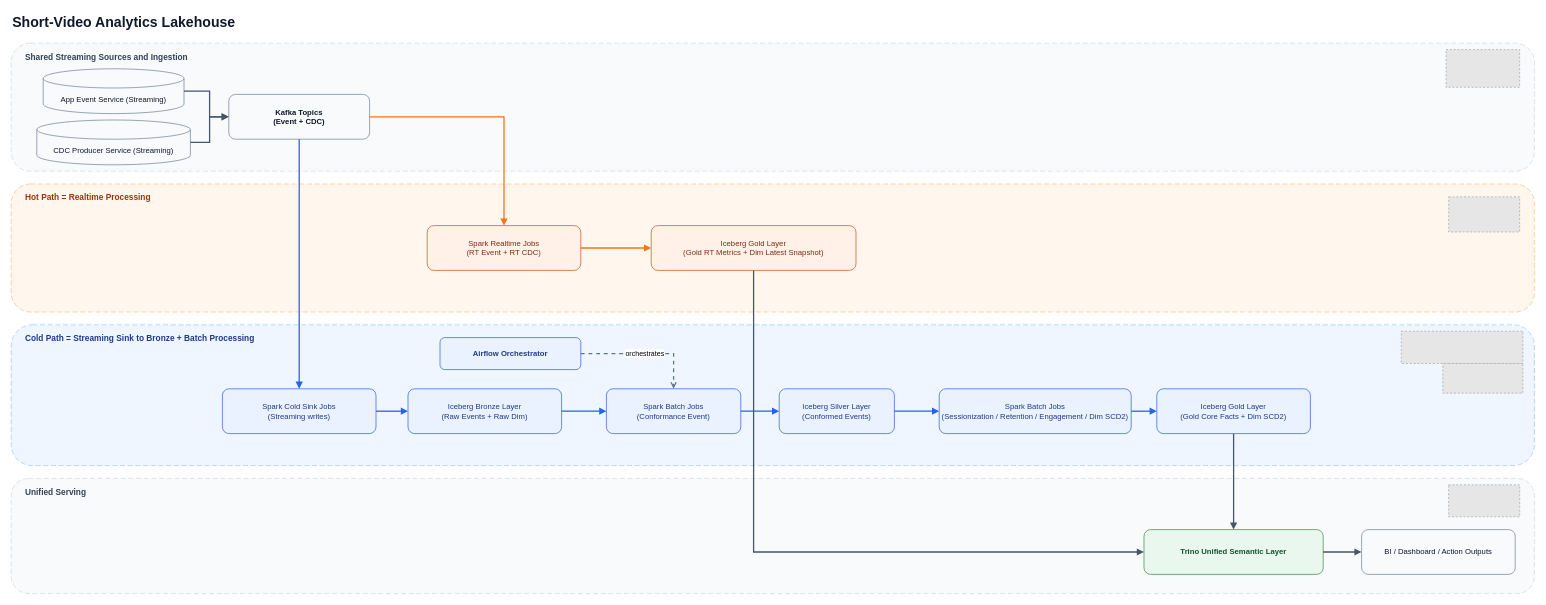
This is docs/dataflow_big_picture_services.drawio from MichaelChenGithub/ShortVideoHybridAnalyticsLakehouse, a draw.io file, before an edit. Source tidied: cells renumbered, new cells numbered last; positions are measured from the earlier drawing's top-left corner, leaving out a move shared by most shapes. Both pictures are drawn from the tidied source at 64%, with x=0, y=0 at pixel (11, 11). Pictures stored in the file or linked from it are replaced by grey dashed boxes.
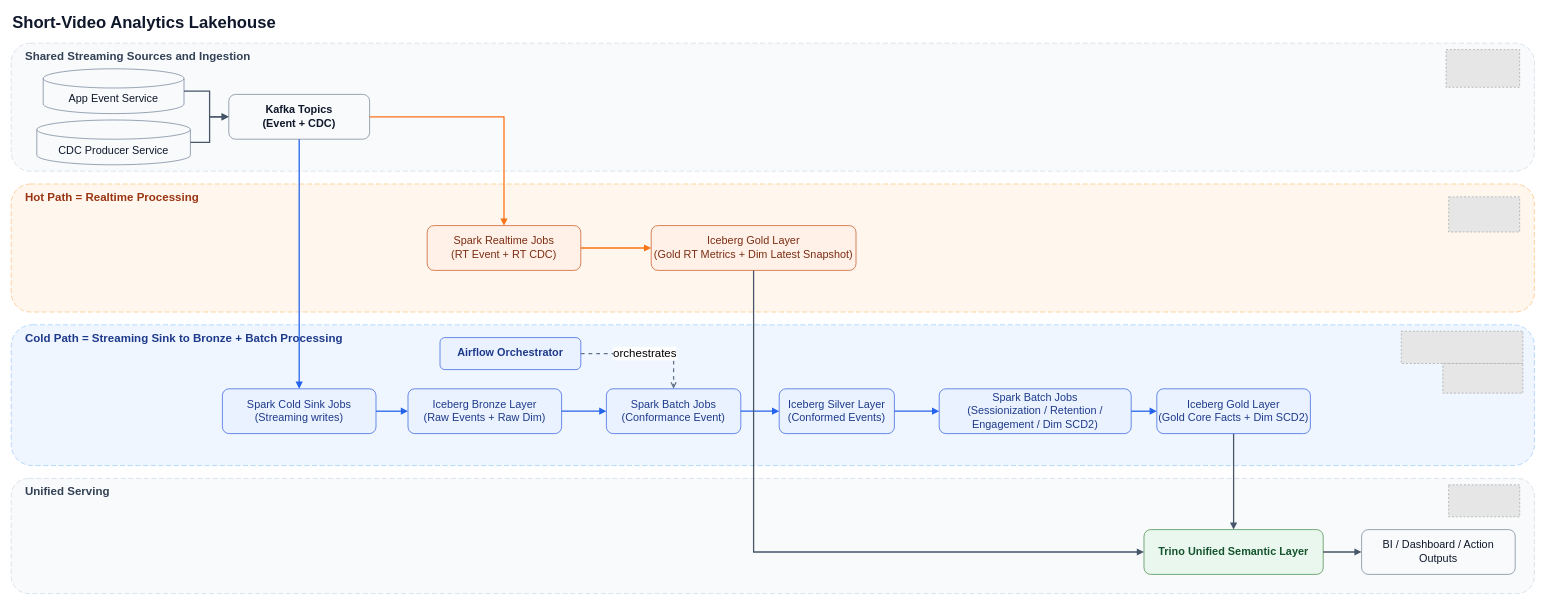
Above is the later version.

Commit message (it also covers changes not shown here):
docs: enlarge dataflow diagram typography and refresh exports

Diff of the diagram source:
```diff
@@
-    <mxCell id="2" value="&lt;b&gt;Short-Video Analytics Lakehouse&lt;/b&gt;" style="text;html=1;whiteSpace=wrap;align=left;verticalAlign=middle;fontSize=22;fontStyle=1;strokeColor=none;fillColor=none;fontColor=#0F172A;" parent="1" vertex="1">
+    <mxCell id="2" value="&lt;b&gt;Short-Video Analytics Lakehouse&lt;/b&gt;" style="text;html=1;whiteSpace=wrap;align=left;verticalAlign=middle;fontSize=26;fontStyle=1;strokeColor=none;fillColor=none;fontColor=#0F172A;" parent="1" vertex="1">
       <mxGeometry width="1600" height="36" as="geometry" />
     </mxCell>
-    <mxCell id="3" style="rounded=1;whiteSpace=wrap;html=1;fillColor=#F8FAFC;strokeColor=#CBD5E1;dashed=1;dashPattern=8 4;" parent="1" vertex="1">
+    <mxCell id="3" style="rounded=1;whiteSpace=wrap;html=1;fillColor=#F8FAFC;strokeColor=#CBD5E1;dashed=1;dashPattern=8 4;fontSize=15;" parent="1" vertex="1">
       <mxGeometry y="50" width="2380" height="200" as="geometry" />
     </mxCell>
-    <mxCell id="4" value="&lt;b&gt;Shared Streaming Sources and Ingestion&lt;/b&gt;" style="text;html=1;whiteSpace=wrap;align=left;verticalAlign=middle;fontSize=13;fontStyle=1;strokeColor=none;fillColor=none;fontColor=#334155;" parent="1" vertex="1">
+    <mxCell id="4" value="&lt;b&gt;Shared Streaming Sources and Ingestion&lt;/b&gt;" style="text;html=1;whiteSpace=wrap;align=left;verticalAlign=middle;fontSize=18;fontStyle=1;strokeColor=none;fillColor=none;fontColor=#334155;" parent="1" vertex="1">
       <mxGeometry x="20" y="60" width="360" height="22" as="geometry" />
     </mxCell>
-    <mxCell id="5" value=" " style="rounded=1;whiteSpace=wrap;html=1;fillColor=#FFF7ED;strokeColor=#FDBA74;dashed=1;dashPattern=8 4;fontStyle=0;" parent="1" vertex="1">
+    <mxCell id="5" value=" " style="rounded=1;whiteSpace=wrap;html=1;fillColor=#FFF7ED;strokeColor=#FDBA74;dashed=1;dashPattern=8 4;fontStyle=0;fontSize=15;" parent="1" vertex="1">
       <mxGeometry y="270" width="2380" height="200" as="geometry" />
     </mxCell>
-    <mxCell id="6" value="&lt;b&gt;Hot Path = Realtime Processing&lt;/b&gt;" style="text;html=1;whiteSpace=wrap;align=left;verticalAlign=middle;fontSize=13;fontStyle=1;strokeColor=none;fillColor=none;fontColor=#9A3412;" parent="1" vertex="1">
+    <mxCell id="6" value="&lt;b&gt;Hot Path = Realtime Processing&lt;/b&gt;" style="text;html=1;whiteSpace=wrap;align=left;verticalAlign=middle;fontSize=18;fontStyle=1;strokeColor=none;fillColor=none;fontColor=#9A3412;" parent="1" vertex="1">
       <mxGeometry x="20" y="280" width="300" height="22" as="geometry" />
     </mxCell>
-    <mxCell id="7" style="rounded=1;whiteSpace=wrap;html=1;fillColor=#EFF6FF;strokeColor=#93C5FD;dashed=1;dashPattern=8 4;" parent="1" vertex="1">
+    <mxCell id="7" style="rounded=1;whiteSpace=wrap;html=1;fillColor=#EFF6FF;strokeColor=#93C5FD;dashed=1;dashPattern=8 4;fontSize=15;" parent="1" vertex="1">
       <mxGeometry y="490" width="2380" height="220" as="geometry" />
     </mxCell>
-    <mxCell id="8" value="&lt;b&gt;Cold Path = Streaming Sink to Bronze + Batch Processing&lt;/b&gt;" style="text;html=1;whiteSpace=wrap;align=left;verticalAlign=middle;fontSize=13;fontStyle=1;strokeColor=none;fillColor=none;fontColor=#1E3A8A;" parent="1" vertex="1">
+    <mxCell id="8" value="&lt;b&gt;Cold Path = Streaming Sink to Bronze + Batch Processing&lt;/b&gt;" style="text;html=1;whiteSpace=wrap;align=left;verticalAlign=middle;fontSize=18;fontStyle=1;strokeColor=none;fillColor=none;fontColor=#1E3A8A;" parent="1" vertex="1">
       <mxGeometry x="20" y="500" width="500" height="22" as="geometry" />
     </mxCell>
-    <mxCell id="9" style="rounded=1;whiteSpace=wrap;html=1;fillColor=#F8FAFC;strokeColor=#CBD5E1;dashed=1;dashPattern=8 4;" parent="1" vertex="1">
+    <mxCell id="9" style="rounded=1;whiteSpace=wrap;html=1;fillColor=#F8FAFC;strokeColor=#CBD5E1;dashed=1;dashPattern=8 4;fontSize=15;" parent="1" vertex="1">
       <mxGeometry y="730" width="2380" height="180" as="geometry" />
     </mxCell>
-    <mxCell id="10" value="&lt;b&gt;Unified Serving&lt;/b&gt;" style="text;html=1;whiteSpace=wrap;align=left;verticalAlign=middle;fontSize=13;fontStyle=1;strokeColor=none;fillColor=none;fontColor=#334155;" parent="1" vertex="1">
+    <mxCell id="10" value="&lt;b&gt;Unified Serving&lt;/b&gt;" style="text;html=1;whiteSpace=wrap;align=left;verticalAlign=middle;fontSize=18;fontStyle=1;strokeColor=none;fillColor=none;fontColor=#334155;" parent="1" vertex="1">
       <mxGeometry x="20" y="740" width="220" height="22" as="geometry" />
     </mxCell>
-    <mxCell id="11" value="App Event Service (Streaming)" style="shape=cylinder3;whiteSpace=wrap;html=1;boundedLbl=1;backgroundOutline=1;size=15;fillColor=#F8FAFC;strokeColor=#64748B;fontColor=#0F172A;" parent="1" vertex="1">
+    <mxCell id="11" value="App Event Service" style="shape=cylinder3;whiteSpace=wrap;html=1;boundedLbl=1;backgroundOutline=1;size=15;fillColor=#F8FAFC;strokeColor=#64748B;fontColor=#0F172A;fontSize=17;" parent="1" vertex="1">
       <mxGeometry x="50" y="90" width="220" height="70" as="geometry" />
     </mxCell>
-    <mxCell id="12" value="CDC Producer Service (Streaming)" style="shape=cylinder3;whiteSpace=wrap;html=1;boundedLbl=1;backgroundOutline=1;size=15;fillColor=#F8FAFC;strokeColor=#64748B;fontColor=#0F172A;" parent="1" vertex="1">
+    <mxCell id="12" value="CDC Producer Service" style="shape=cylinder3;whiteSpace=wrap;html=1;boundedLbl=1;backgroundOutline=1;size=15;fillColor=#F8FAFC;strokeColor=#64748B;fontColor=#0F172A;fontSize=17;" parent="1" vertex="1">
       <mxGeometry x="40" y="170" width="240" height="70" as="geometry" />
     </mxCell>
-    <mxCell id="13" value="Kafka Topics&lt;div&gt;(Event + CDC)&lt;/div&gt;" style="rounded=1;whiteSpace=wrap;html=1;fillColor=#F8FAFC;strokeColor=#64748B;fontColor=#0F172A;fontStyle=1;" parent="1" vertex="1">
+    <mxCell id="13" value="Kafka Topics&lt;div&gt;(Event + CDC)&lt;/div&gt;" style="rounded=1;whiteSpace=wrap;html=1;fillColor=#F8FAFC;strokeColor=#64748B;fontColor=#0F172A;fontStyle=1;fontSize=17;" parent="1" vertex="1">
       <mxGeometry x="340" y="130" width="220" height="70" as="geometry" />
     </mxCell>
-    <mxCell id="14" value="Spark Realtime Jobs&lt;br&gt;(RT Event + RT CDC)" style="rounded=1;whiteSpace=wrap;html=1;fillColor=#FFF1E8;strokeColor=#C2410C;fontColor=#7C2D12;" parent="1" vertex="1">
+    <mxCell id="14" value="Spark Realtime Jobs&lt;br&gt;(RT Event + RT CDC)" style="rounded=1;whiteSpace=wrap;html=1;fillColor=#FFF1E8;strokeColor=#C2410C;fontColor=#7C2D12;fontSize=17;" parent="1" vertex="1">
       <mxGeometry x="650" y="335" width="240" height="70" as="geometry" />
     </mxCell>
-    <mxCell id="15" value="Iceberg Gold Layer&lt;br&gt;(Gold RT Metrics + Dim Latest Snapshot)" style="rounded=1;whiteSpace=wrap;html=1;fillColor=#FFF1E8;strokeColor=#C2410C;fontColor=#7C2D12;" parent="1" vertex="1">
+    <mxCell id="15" value="Iceberg Gold Layer&lt;br&gt;(Gold RT Metrics + Dim Latest Snapshot)" style="rounded=1;whiteSpace=wrap;html=1;fillColor=#FFF1E8;strokeColor=#C2410C;fontColor=#7C2D12;fontSize=17;" parent="1" vertex="1">
       <mxGeometry x="1000" y="335" width="320" height="70" as="geometry" />
     </mxCell>
-    <mxCell id="16" value="Spark Cold Sink Jobs&lt;br&gt;(Streaming writes)" style="rounded=1;whiteSpace=wrap;html=1;fillColor=#EAF2FF;strokeColor=#1D4ED8;fontColor=#1E3A8A;" parent="1" vertex="1">
+    <mxCell id="16" value="Spark Cold Sink Jobs&lt;br&gt;(Streaming writes)" style="rounded=1;whiteSpace=wrap;html=1;fillColor=#EAF2FF;strokeColor=#1D4ED8;fontColor=#1E3A8A;fontSize=17;" parent="1" vertex="1">
       <mxGeometry x="330" y="590" width="240" height="70" as="geometry" />
     </mxCell>
-    <mxCell id="17" value="Iceberg Bronze Layer&lt;br&gt;(Raw Events + Raw Dim)" style="rounded=1;whiteSpace=wrap;html=1;fillColor=#EAF2FF;strokeColor=#1D4ED8;fontColor=#1E3A8A;" parent="1" vertex="1">
+    <mxCell id="17" value="Iceberg Bronze Layer&lt;br&gt;(Raw Events + Raw Dim)" style="rounded=1;whiteSpace=wrap;html=1;fillColor=#EAF2FF;strokeColor=#1D4ED8;fontColor=#1E3A8A;fontSize=17;" parent="1" vertex="1">
       <mxGeometry x="620" y="590" width="240" height="70" as="geometry" />
     </mxCell>
-    <mxCell id="18" value="Airflow Orchestrator" style="rounded=1;whiteSpace=wrap;html=1;fillColor=#EAF2FF;strokeColor=#1D4ED8;fontColor=#1E3A8A;fontStyle=1;" parent="1" vertex="1">
+    <mxCell id="18" value="Airflow Orchestrator" style="rounded=1;whiteSpace=wrap;html=1;fillColor=#EAF2FF;strokeColor=#1D4ED8;fontColor=#1E3A8A;fontStyle=1;fontSize=17;" parent="1" vertex="1">
       <mxGeometry x="670" y="510" width="220" height="50" as="geometry" />
     </mxCell>
-    <mxCell id="19" value="Spark Batch Jobs&lt;br&gt;(&lt;span style=&quot;color: rgb(30, 58, 138);&quot;&gt;Conformance&amp;nbsp;&lt;/span&gt;Event)" style="rounded=1;whiteSpace=wrap;html=1;fillColor=#EAF2FF;strokeColor=#1D4ED8;fontColor=#1E3A8A;" parent="1" vertex="1">
+    <mxCell id="19" value="Spark Batch Jobs&lt;br&gt;(&lt;span style=&quot;color: rgb(30, 58, 138);&quot;&gt;Conformance&amp;nbsp;&lt;/span&gt;Event)" style="rounded=1;whiteSpace=wrap;html=1;fillColor=#EAF2FF;strokeColor=#1D4ED8;fontColor=#1E3A8A;fontSize=17;" parent="1" vertex="1">
       <mxGeometry x="930" y="590" width="210" height="70" as="geometry" />
     </mxCell>
-    <mxCell id="20" value="Iceberg Silver Layer&lt;br&gt;(Conformed Events)" style="rounded=1;whiteSpace=wrap;html=1;fillColor=#EAF2FF;strokeColor=#1D4ED8;fontColor=#1E3A8A;" parent="1" vertex="1">
+    <mxCell id="20" value="Iceberg Silver Layer&lt;br&gt;(Conformed Events)" style="rounded=1;whiteSpace=wrap;html=1;fillColor=#EAF2FF;strokeColor=#1D4ED8;fontColor=#1E3A8A;fontSize=17;" parent="1" vertex="1">
       <mxGeometry x="1200" y="590" width="180" height="70" as="geometry" />
     </mxCell>
-    <mxCell id="21" value="Trino Unified Semantic Layer" style="rounded=1;whiteSpace=wrap;html=1;fillColor=#EAF7EE;strokeColor=#2E7D32;fontColor=#14532D;fontStyle=1;" parent="1" vertex="1">
+    <mxCell id="21" value="Trino Unified Semantic Layer" style="rounded=1;whiteSpace=wrap;html=1;fillColor=#EAF7EE;strokeColor=#2E7D32;fontColor=#14532D;fontStyle=1;fontSize=17;" parent="1" vertex="1">
       <mxGeometry x="1770" y="810" width="280" height="70" as="geometry" />
     </mxCell>
-    <mxCell id="22" value="BI / Dashboard / Action Outputs" style="rounded=1;whiteSpace=wrap;html=1;fillColor=#F8FAFC;strokeColor=#64748B;fontColor=#0F172A;" parent="1" vertex="1">
+    <mxCell id="22" value="BI / Dashboard / Action Outputs" style="rounded=1;whiteSpace=wrap;html=1;fillColor=#F8FAFC;strokeColor=#64748B;fontColor=#0F172A;fontSize=17;" parent="1" vertex="1">
       <mxGeometry x="2110" y="810" width="240" height="70" as="geometry" />
     </mxCell>
@@
-    <mxCell id="30" value="orchestrates" style="edgeStyle=orthogonalEdgeStyle;rounded=0;jettySize=auto;html=1;strokeColor=#64748B;strokeWidth=2;dashed=1;endArrow=open;endFill=0;" parent="1" edge="1" source="18" target="19">
+    <mxCell id="30" value="&lt;font style=&quot;font-size: 18px;&quot;&gt;orchestrates&lt;/font&gt;" style="edgeStyle=orthogonalEdgeStyle;rounded=0;jettySize=auto;html=1;strokeColor=#64748B;strokeWidth=2;dashed=1;endArrow=open;endFill=0;" parent="1" edge="1" source="18" target="19">
       <mxGeometry relative="1" as="geometry" />
     </mxCell>
@@
-    <mxCell id="40" value="Iceberg Gold Layer&lt;br&gt;(Gold Core Facts + Dim SCD2)" style="rounded=1;whiteSpace=wrap;html=1;fillColor=#EAF2FF;strokeColor=#1D4ED8;fontColor=#1E3A8A;" parent="1" vertex="1">
+    <mxCell id="40" value="Iceberg Gold Layer&lt;br&gt;(Gold Core Facts + Dim SCD2)" style="rounded=1;whiteSpace=wrap;html=1;fillColor=#EAF2FF;strokeColor=#1D4ED8;fontColor=#1E3A8A;fontSize=17;" parent="1" vertex="1">
       <mxGeometry x="1790" y="590" width="240" height="70" as="geometry" />
     </mxCell>
-    <mxCell id="41" value="&lt;span style=&quot;color: rgb(30, 58, 138);&quot;&gt;Spark Batch Jobs&lt;br&gt;(Sessionization / Retention / Engagement /&amp;nbsp;&lt;span style=&quot;color: rgb(30, 58, 138);&quot;&gt;Dim SCD2&lt;/span&gt;)&lt;/span&gt;" style="rounded=1;whiteSpace=wrap;html=1;fillColor=#EAF2FF;strokeColor=#1D4ED8;fontColor=#1E3A8A;" parent="1" vertex="1">
+    <mxCell id="41" value="&lt;span style=&quot;color: rgb(30, 58, 138);&quot;&gt;Spark Batch Jobs&lt;br&gt;(Sessionization / Retention / Engagement /&amp;nbsp;&lt;span style=&quot;color: rgb(30, 58, 138);&quot;&gt;Dim SCD2&lt;/span&gt;)&lt;/span&gt;" style="rounded=1;whiteSpace=wrap;html=1;fillColor=#EAF2FF;strokeColor=#1D4ED8;fontColor=#1E3A8A;fontSize=17;" parent="1" vertex="1">
       <mxGeometry x="1450" y="590" width="300" height="70" as="geometry" />
     </mxCell>
```
